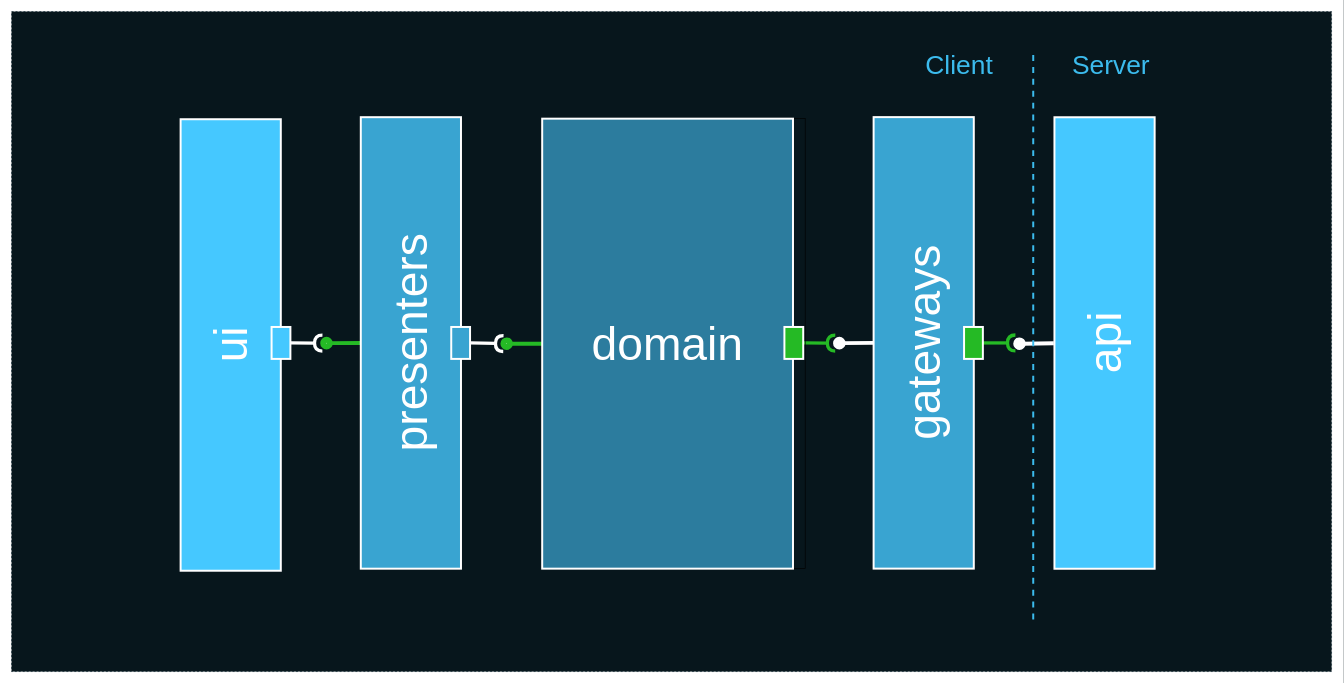
AlexanderLapygin/ca-react-rest-api-starter keeps this draw.io diagram as deck/ru/diagrams/caLayerModulesBaseRequired.drawio. Above is the earlier version. Source tidied: cells renumbered, new cells numbered last; positions are measured from the earlier drawing's top-left corner, leaving out a move shared by most shapes. Both pictures are drawn from the tidied source at 66%, with x=0, y=0 at pixel (5, 11).
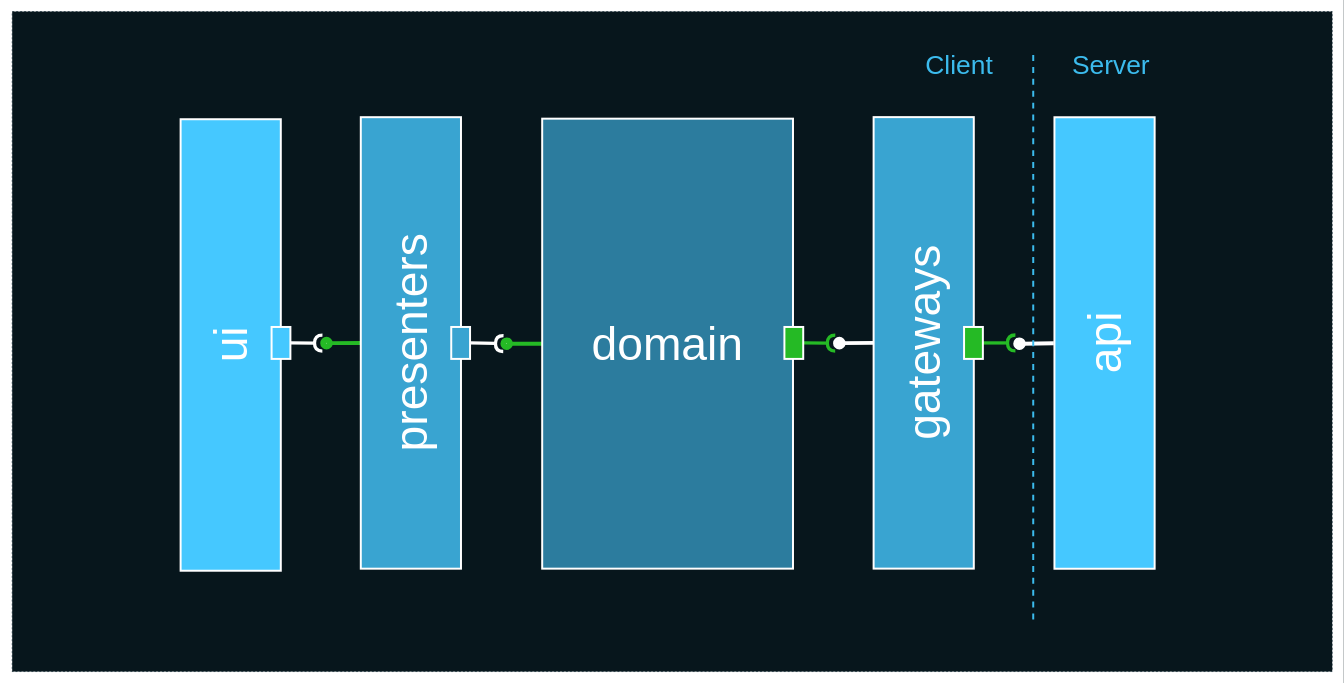
Above is the later version.

The edit, as a diff of the source:
```diff
@@
     <mxCell id="2" style="rounded=0;whiteSpace=wrap;html=1;fillColor=#07161C;fontSize=30;fontColor=#FFFFFF;strokeColor=#0C242E;dashed=1;" parent="1" vertex="1">
-      <mxGeometry x="10" width="2000" height="1000" as="geometry" />
+      <mxGeometry x="11" width="2000" height="1000" as="geometry" />
     </mxCell>
@@
-    <mxCell id="11" style="group;fontColor=#FFFFFF;fontSize=70;labelPosition=center;verticalLabelPosition=middle;align=center;verticalAlign=middle;strokeColor=#000000;" parent="1" vertex="1">
-      <mxGeometry x="814" y="162.3" width="398.5" height="681.8" as="geometry" />
-    </mxCell>
```
